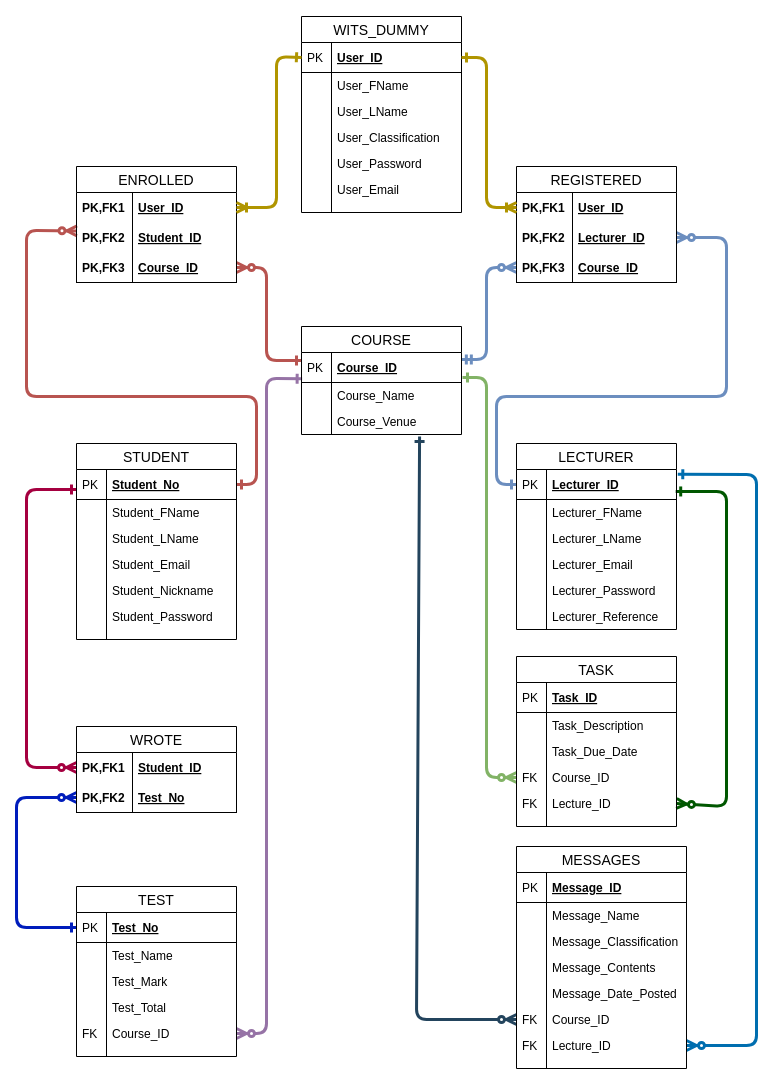
Before: Other/InitialERD.drawio in Arneev/LecTrac, a draw.io diagram. Source tidied: cells renumbered, new cells numbered last; positions are measured from the earlier drawing's top-left corner, leaving out a move shared by most shapes. Both pictures are drawn from the tidied source at 100%, with x=0, y=0 at pixel (16, 16).
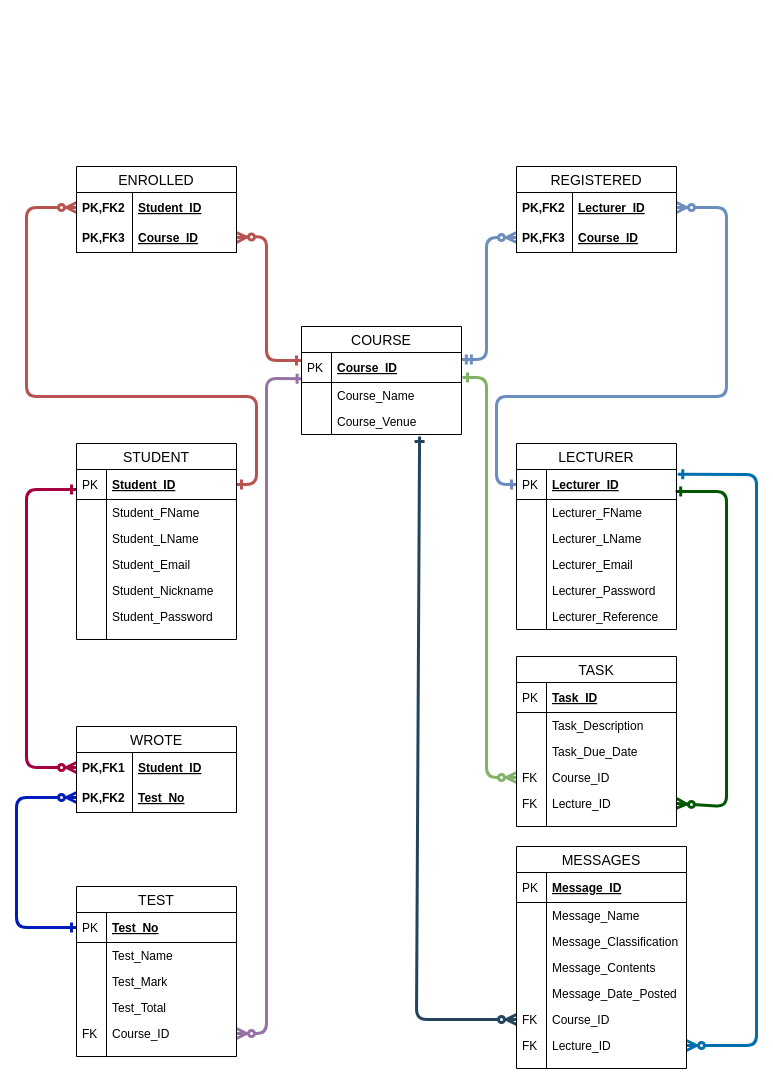
After the change.

The change refers to these unchanged cells:
```xml
<mxCell id="12" value="Course_ID" style="shape=partialRectangle;top=0;left=0;right=0;bottom=1;align=left;verticalAlign=middle;fillColor=none;spacingLeft=34;spacingRight=4;overflow=hidden;points=[[0,0.5],[1,0.5]];portConstraint=eastwest;fontStyle=5;fontSize=12;" parent="11" vertex="1">
  <mxGeometry y="26" width="160" height="30" as="geometry" />
</mxCell>
<mxCell id="16" value="Course_Venue" style="shape=partialRectangle;top=0;left=0;right=0;bottom=0;align=left;verticalAlign=top;fillColor=none;spacingLeft=34;spacingRight=4;overflow=hidden;points=[[0,0.5],[1,0.5]];portConstraint=eastwest;fontSize=12;" parent="11" vertex="1">
  <mxGeometry y="82" width="160" height="26" as="geometry" />
</mxCell>
<mxCell id="25" value="STUDENT" style="swimlane;fontStyle=0;horizontal=1;startSize=26;align=center;fontSize=14;" parent="1" vertex="1">
  <mxGeometry x="60" y="427" width="160" height="196" as="geometry" />
</mxCell>
<mxCell id="48" value="Lecturer_ID" style="shape=partialRectangle;top=0;left=0;right=0;bottom=1;align=left;verticalAlign=middle;fillColor=none;spacingLeft=34;spacingRight=4;overflow=hidden;points=[[0,0.5],[1,0.5]];portConstraint=eastwest;fontStyle=5;fontSize=12;" parent="47" vertex="1">
  <mxGeometry y="26" width="160" height="30" as="geometry" />
</mxCell>
<mxCell id="121" value="Course_ID" style="shape=partialRectangle;top=0;left=0;right=0;bottom=0;align=left;verticalAlign=top;fillColor=none;spacingLeft=34;spacingRight=4;overflow=hidden;points=[[0,0.5],[1,0.5]];portConstraint=eastwest;fontSize=12;" parent="110" vertex="1">
  <mxGeometry y="160" width="170" height="26" as="geometry" />
</mxCell>
<mxCell id="123" value="Lecture_ID" style="shape=partialRectangle;top=0;left=0;right=0;bottom=0;align=left;verticalAlign=top;fillColor=none;spacingLeft=34;spacingRight=4;overflow=hidden;points=[[0,0.5],[1,0.5]];portConstraint=eastwest;fontSize=12;" parent="110" vertex="1">
  <mxGeometry y="186" width="170" height="26" as="geometry" />
</mxCell>
```

The edit, as a diff of the source:
```diff
@@
-    <mxCell id="2" style="fontSize=12;html=1;endArrow=ERone;endFill=1;startArrow=ERzeroToMany;startFill=1;exitX=0.003;exitY=1.28;exitDx=0;exitDy=0;entryX=1;entryY=0.5;entryDx=0;entryDy=0;strokeWidth=3;fillColor=#f8cecc;strokeColor=#b85450;exitPerimeter=0;" parent="1" edge="1" source="19" target="26">
+    <mxCell id="2" style="fontSize=12;html=1;endArrow=ERone;endFill=1;startArrow=ERzeroToMany;startFill=1;exitX=0;exitY=0.5;exitDx=0;exitDy=0;entryX=1;entryY=0.5;entryDx=0;entryDy=0;strokeWidth=3;fillColor=#f8cecc;strokeColor=#b85450;" parent="1" edge="1" source="21" target="26">
       <mxGeometry relative="1" as="geometry">
         <Array as="points">
-          <mxPoint x="10" y="214" />
+          <mxPoint x="10" y="191" />
           <mxPoint x="10" y="380" />
           <mxPoint x="240" y="380" />
           <mxPoint x="240" y="468" />
         </Array>
       </mxGeometry>
     </mxCell>
     <mxCell id="3" style="fontSize=12;html=1;endArrow=ERone;endFill=1;startArrow=ERzeroToMany;startFill=1;entryX=0;entryY=0.269;entryDx=0;entryDy=0;exitX=1;exitY=0.5;exitDx=0;exitDy=0;entryPerimeter=0;strokeWidth=3;fillColor=#f8cecc;strokeColor=#b85450;" parent="1" edge="1" source="23" target="12">
       <mxGeometry relative="1" as="geometry">
         <Array as="points">
-          <mxPoint x="250" y="251" />
+          <mxPoint x="250" y="220" />
           <mxPoint x="250" y="344" />
         </Array>
       </mxGeometry>
     </mxCell>
     <mxCell id="4" style="fontSize=12;html=1;endArrow=ERone;endFill=1;startArrow=ERzeroToMany;startFill=1;exitX=1;exitY=0.5;exitDx=0;exitDy=0;entryX=0;entryY=0.5;entryDx=0;entryDy=0;strokeWidth=3;fillColor=#dae8fc;strokeColor=#6c8ebf;" parent="1" edge="1" source="43" target="48">
       <mxGeometry relative="1" as="geometry">
         <Array as="points">
-          <mxPoint x="710" y="221" />
+          <mxPoint x="710" y="191" />
           <mxPoint x="710" y="380" />
           <mxPoint x="480" y="380" />
           <mxPoint x="480" y="468" />
         </Array>
       </mxGeometry>
     </mxCell>
     <mxCell id="5" style="fontSize=12;html=1;endArrow=ERmandOne;endFill=0;startArrow=ERzeroToMany;startFill=1;entryX=0.999;entryY=0.231;entryDx=0;entryDy=0;exitX=0;exitY=0.5;exitDx=0;exitDy=0;entryPerimeter=0;strokeWidth=3;fillColor=#dae8fc;strokeColor=#6c8ebf;" parent="1" edge="1" source="45" target="12">
       <mxGeometry relative="1" as="geometry">
         <Array as="points">
-          <mxPoint x="470" y="251" />
+          <mxPoint x="470" y="221" />
           <mxPoint x="470" y="343" />
         </Array>
       </mxGeometry>
     </mxCell>
@@
+    <mxCell id="95" style="fontSize=12;html=1;endArrow=ERzeroToMany;startArrow=ERone;strokeWidth=3;fillColor=#bac8d3;strokeColor=#23445d;entryX=0;entryY=0.5;entryDx=0;entryDy=0;exitX=0.738;exitY=1.077;exitDx=0;exitDy=0;exitPerimeter=0;startFill=0;" parent="1" edge="1" source="16" target="121">
+      <mxGeometry relative="1" as="geometry">
+        <Array as="points">
+          <mxPoint x="400" y="1003" />
+        </Array>
+      </mxGeometry>
+    </mxCell>
+    <mxCell id="96" style="fontSize=12;html=1;endArrow=ERone;endFill=1;startArrow=ERzeroToMany;startFill=1;entryX=1.008;entryY=0.157;entryDx=0;entryDy=0;entryPerimeter=0;exitX=1;exitY=0.5;exitDx=0;exitDy=0;strokeWidth=3;fillColor=#1ba1e2;strokeColor=#006EAF;" parent="1" edge="1" source="123" target="48">
+      <mxGeometry relative="1" as="geometry">
+        <Array as="points">
+          <mxPoint x="740" y="1029" />
+          <mxPoint x="740" y="458" />
+        </Array>
+      </mxGeometry>
+    </mxCell>
@@
     <mxCell id="18" value="ENROLLED" style="swimlane;fontStyle=0;horizontal=1;startSize=26;align=center;fontSize=14;" parent="1" vertex="1">
-      <mxGeometry x="60" y="150" width="160" height="116" as="geometry" />
+      <mxGeometry x="60" y="150" width="160" height="86" as="geometry" />
     </mxCell>
-    <mxCell id="19" value="User_ID" style="shape=partialRectangle;top=0;left=0;right=0;bottom=0;align=left;verticalAlign=middle;fillColor=none;spacingLeft=60;spacingRight=4;overflow=hidden;points=[[0,0.5],[1,0.5]];portConstraint=eastwest;fontStyle=5;fontSize=12;" parent="18" vertex="1">
-      <mxGeometry y="26" width="160" height="30" as="geometry" />
-    </mxCell>
-    <mxCell id="20" value="PK,FK1" style="shape=partialRectangle;fontStyle=1;top=0;left=0;bottom=0;fillColor=none;align=left;verticalAlign=middle;spacingLeft=4;spacingRight=4;overflow=hidden;fontSize=12;" parent="19" vertex="1">
-      <mxGeometry width="56" height="30" as="geometry" />
-    </mxCell>
     <mxCell id="21" value="Student_ID" style="shape=partialRectangle;top=0;left=0;right=0;bottom=0;align=left;verticalAlign=middle;fillColor=none;spacingLeft=60;spacingRight=4;overflow=hidden;points=[[0,0.5],[1,0.5]];portConstraint=eastwest;fontStyle=5;fontSize=12;" parent="18" vertex="1">
-      <mxGeometry y="56" width="160" height="30" as="geometry" />
+      <mxGeometry y="26" width="160" height="30" as="geometry" />
     </mxCell>
@@
     <mxCell id="23" value="Course_ID" style="shape=partialRectangle;top=0;left=0;right=0;bottom=1;align=left;verticalAlign=middle;fillColor=none;spacingLeft=60;spacingRight=4;overflow=hidden;points=[[0,0.5],[1,0.5]];portConstraint=eastwest;fontStyle=5;fontSize=12;" parent="18" vertex="1">
-      <mxGeometry y="86" width="160" height="30" as="geometry" />
+      <mxGeometry y="56" width="160" height="30" as="geometry" />
     </mxCell>
@@
-    <mxCell id="26" value="Student_No" style="shape=partialRectangle;top=0;left=0;right=0;bottom=1;align=left;verticalAlign=middle;fillColor=none;spacingLeft=34;spacingRight=4;overflow=hidden;points=[[0,0.5],[1,0.5]];portConstraint=eastwest;fontStyle=5;fontSize=12;" parent="25" vertex="1">
+    <mxCell id="26" value="Student_ID" style="shape=partialRectangle;top=0;left=0;right=0;bottom=1;align=left;verticalAlign=middle;fillColor=none;spacingLeft=34;spacingRight=4;overflow=hidden;points=[[0,0.5],[1,0.5]];portConstraint=eastwest;fontStyle=5;fontSize=12;" parent="25" vertex="1">
       <mxGeometry y="26" width="160" height="30" as="geometry" />
     </mxCell>
@@
     <mxCell id="40" value="REGISTERED" style="swimlane;fontStyle=0;horizontal=1;startSize=26;align=center;fontSize=14;" parent="1" vertex="1">
-      <mxGeometry x="500" y="150" width="160" height="116" as="geometry" />
+      <mxGeometry x="500" y="150" width="160" height="86" as="geometry" />
     </mxCell>
-    <mxCell id="41" value="User_ID" style="shape=partialRectangle;top=0;left=0;right=0;bottom=0;align=left;verticalAlign=middle;fillColor=none;spacingLeft=60;spacingRight=4;overflow=hidden;points=[[0,0.5],[1,0.5]];portConstraint=eastwest;fontStyle=5;fontSize=12;" parent="40" vertex="1">
-      <mxGeometry y="26" width="160" height="30" as="geometry" />
-    </mxCell>
-    <mxCell id="42" value="PK,FK1" style="shape=partialRectangle;fontStyle=1;top=0;left=0;bottom=0;fillColor=none;align=left;verticalAlign=middle;spacingLeft=4;spacingRight=4;overflow=hidden;fontSize=12;" parent="41" vertex="1">
-      <mxGeometry width="56" height="30" as="geometry" />
-    </mxCell>
     <mxCell id="43" value="Lecturer_ID" style="shape=partialRectangle;top=0;left=0;right=0;bottom=0;align=left;verticalAlign=middle;fillColor=none;spacingLeft=60;spacingRight=4;overflow=hidden;points=[[0,0.5],[1,0.5]];portConstraint=eastwest;fontStyle=5;fontSize=12;" parent="40" vertex="1">
-      <mxGeometry y="56" width="160" height="30" as="geometry" />
+      <mxGeometry y="26" width="160" height="30" as="geometry" />
     </mxCell>
@@
     <mxCell id="45" value="Course_ID" style="shape=partialRectangle;top=0;left=0;right=0;bottom=1;align=left;verticalAlign=middle;fillColor=none;spacingLeft=60;spacingRight=4;overflow=hidden;points=[[0,0.5],[1,0.5]];portConstraint=eastwest;fontStyle=5;fontSize=12;" parent="40" vertex="1">
-      <mxGeometry y="86" width="160" height="30" as="geometry" />
+      <mxGeometry y="56" width="160" height="30" as="geometry" />
     </mxCell>
@@
-    <mxCell id="78" value="WITS_DUMMY" style="swimlane;fontStyle=0;horizontal=1;startSize=26;align=center;fontSize=14;" parent="1" vertex="1">
-      <mxGeometry x="285" width="160" height="196" as="geometry" />
-    </mxCell>
-    <mxCell id="79" value="User_ID" style="shape=partialRectangle;top=0;left=0;right=0;bottom=1;align=left;verticalAlign=middle;fillColor=none;spacingLeft=34;spacingRight=4;overflow=hidden;points=[[0,0.5],[1,0.5]];portConstraint=eastwest;fontStyle=5;fontSize=12;" parent="78" vertex="1">
-      <mxGeometry y="26" width="160" height="30" as="geometry" />
-    </mxCell>
-    <mxCell id="80" value="PK" style="shape=partialRectangle;top=0;left=0;bottom=0;fillColor=none;align=left;verticalAlign=middle;spacingLeft=4;spacingRight=4;overflow=hidden;fontSize=12;" parent="79" vertex="1">
-      <mxGeometry width="30" height="30" as="geometry" />
-    </mxCell>
-    <mxCell id="81" value="User_FName" style="shape=partialRectangle;top=0;left=0;right=0;bottom=0;align=left;verticalAlign=top;fillColor=none;spacingLeft=34;spacingRight=4;overflow=hidden;fontSize=12;" parent="78" vertex="1">
-      <mxGeometry y="56" width="160" height="26" as="geometry" />
-    </mxCell>
-    <mxCell id="82" style="shape=partialRectangle;top=0;left=0;bottom=0;fillColor=none;align=left;verticalAlign=top;spacingLeft=4;spacingRight=4;overflow=hidden;fontSize=12;" parent="81" vertex="1">
-      <mxGeometry width="30" height="26" as="geometry" />
-    </mxCell>
-    <mxCell id="83" value="User_LName" style="shape=partialRectangle;top=0;left=0;right=0;bottom=0;align=left;verticalAlign=top;fillColor=none;spacingLeft=34;spacingRight=4;overflow=hidden;fontSize=12;" parent="78" vertex="1">
-      <mxGeometry y="82" width="160" height="26" as="geometry" />
-    </mxCell>
-    <mxCell id="84" style="shape=partialRectangle;top=0;left=0;bottom=0;fillColor=none;align=left;verticalAlign=top;spacingLeft=4;spacingRight=4;overflow=hidden;fontSize=12;" parent="83" vertex="1">
-      <mxGeometry width="30" height="26" as="geometry" />
-    </mxCell>
-    <mxCell id="85" value="User_Classification" style="shape=partialRectangle;top=0;left=0;right=0;bottom=0;align=left;verticalAlign=top;fillColor=none;spacingLeft=34;spacingRight=4;overflow=hidden;fontSize=12;" parent="78" vertex="1">
-      <mxGeometry y="108" width="160" height="26" as="geometry" />
-    </mxCell>
-    <mxCell id="86" style="shape=partialRectangle;top=0;left=0;bottom=0;fillColor=none;align=left;verticalAlign=top;spacingLeft=4;spacingRight=4;overflow=hidden;fontSize=12;" parent="85" vertex="1">
-      <mxGeometry width="30" height="26" as="geometry" />
-    </mxCell>
-    <mxCell id="87" value="User_Password" style="shape=partialRectangle;top=0;left=0;right=0;bottom=0;align=left;verticalAlign=top;fillColor=none;spacingLeft=34;spacingRight=4;overflow=hidden;fontSize=12;" parent="78" vertex="1">
-      <mxGeometry y="134" width="160" height="26" as="geometry" />
-    </mxCell>
-    <mxCell id="88" style="shape=partialRectangle;top=0;left=0;bottom=0;fillColor=none;align=left;verticalAlign=top;spacingLeft=4;spacingRight=4;overflow=hidden;fontSize=12;" parent="87" vertex="1">
-      <mxGeometry width="30" height="26" as="geometry" />
-    </mxCell>
-    <mxCell id="89" value="User_Email" style="shape=partialRectangle;top=0;left=0;right=0;bottom=0;align=left;verticalAlign=top;fillColor=none;spacingLeft=34;spacingRight=4;overflow=hidden;fontSize=12;" parent="78" vertex="1">
-      <mxGeometry y="160" width="160" height="26" as="geometry" />
-    </mxCell>
-    <mxCell id="90" style="shape=partialRectangle;top=0;left=0;bottom=0;fillColor=none;align=left;verticalAlign=top;spacingLeft=4;spacingRight=4;overflow=hidden;fontSize=12;" parent="89" vertex="1">
-      <mxGeometry width="30" height="26" as="geometry" />
-    </mxCell>
-    <mxCell id="91" style="shape=partialRectangle;top=0;left=0;right=0;bottom=0;align=left;verticalAlign=top;fillColor=none;spacingLeft=34;spacingRight=4;overflow=hidden;fontSize=12;" parent="78" vertex="1">
-      <mxGeometry y="186" width="160" height="10" as="geometry" />
-    </mxCell>
-    <mxCell id="92" style="shape=partialRectangle;top=0;left=0;bottom=0;fillColor=none;align=left;verticalAlign=top;spacingLeft=4;spacingRight=4;overflow=hidden;fontSize=12;" parent="91" vertex="1">
-      <mxGeometry width="30" height="10" as="geometry" />
-    </mxCell>
-    <mxCell id="93" style="fontSize=12;html=1;endArrow=ERone;endFill=1;startArrow=ERoneToMany;startFill=0;entryX=0;entryY=0.5;entryDx=0;entryDy=0;exitX=1;exitY=0.5;exitDx=0;exitDy=0;strokeWidth=3;fillColor=#e3c800;strokeColor=#B09500;" parent="1" edge="1" source="19" target="79">
-      <mxGeometry relative="1" as="geometry">
-        <Array as="points">
-          <mxPoint x="260" y="191" />
-          <mxPoint x="260" y="40" />
-        </Array>
-      </mxGeometry>
-    </mxCell>
-    <mxCell id="94" style="fontSize=12;html=1;endArrow=ERone;endFill=1;startArrow=ERoneToMany;startFill=0;entryX=1;entryY=0.5;entryDx=0;entryDy=0;exitX=0;exitY=0.5;exitDx=0;exitDy=0;strokeWidth=3;fillColor=#e3c800;strokeColor=#B09500;" parent="1" edge="1" source="41" target="79">
-      <mxGeometry relative="1" as="geometry">
-        <Array as="points">
-          <mxPoint x="470" y="191" />
-          <mxPoint x="470" y="41" />
-        </Array>
-      </mxGeometry>
-    </mxCell>
-    <mxCell id="95" style="fontSize=12;html=1;endArrow=ERzeroToMany;startArrow=ERone;strokeWidth=3;fillColor=#bac8d3;strokeColor=#23445d;entryX=0;entryY=0.5;entryDx=0;entryDy=0;exitX=0.738;exitY=1.077;exitDx=0;exitDy=0;exitPerimeter=0;startFill=0;" parent="1" edge="1" source="16" target="121">
-      <mxGeometry relative="1" as="geometry">
-        <Array as="points">
-          <mxPoint x="400" y="1003" />
-        </Array>
-      </mxGeometry>
-    </mxCell>
-    <mxCell id="96" style="fontSize=12;html=1;endArrow=ERone;endFill=1;startArrow=ERzeroToMany;startFill=1;entryX=1.008;entryY=0.157;entryDx=0;entryDy=0;entryPerimeter=0;exitX=1;exitY=0.5;exitDx=0;exitDy=0;strokeWidth=3;fillColor=#1ba1e2;strokeColor=#006EAF;" parent="1" edge="1" source="123" target="48">
-      <mxGeometry relative="1" as="geometry">
-        <Array as="points">
-          <mxPoint x="740" y="1029" />
-          <mxPoint x="740" y="458" />
-        </Array>
-      </mxGeometry>
-    </mxCell>
```
